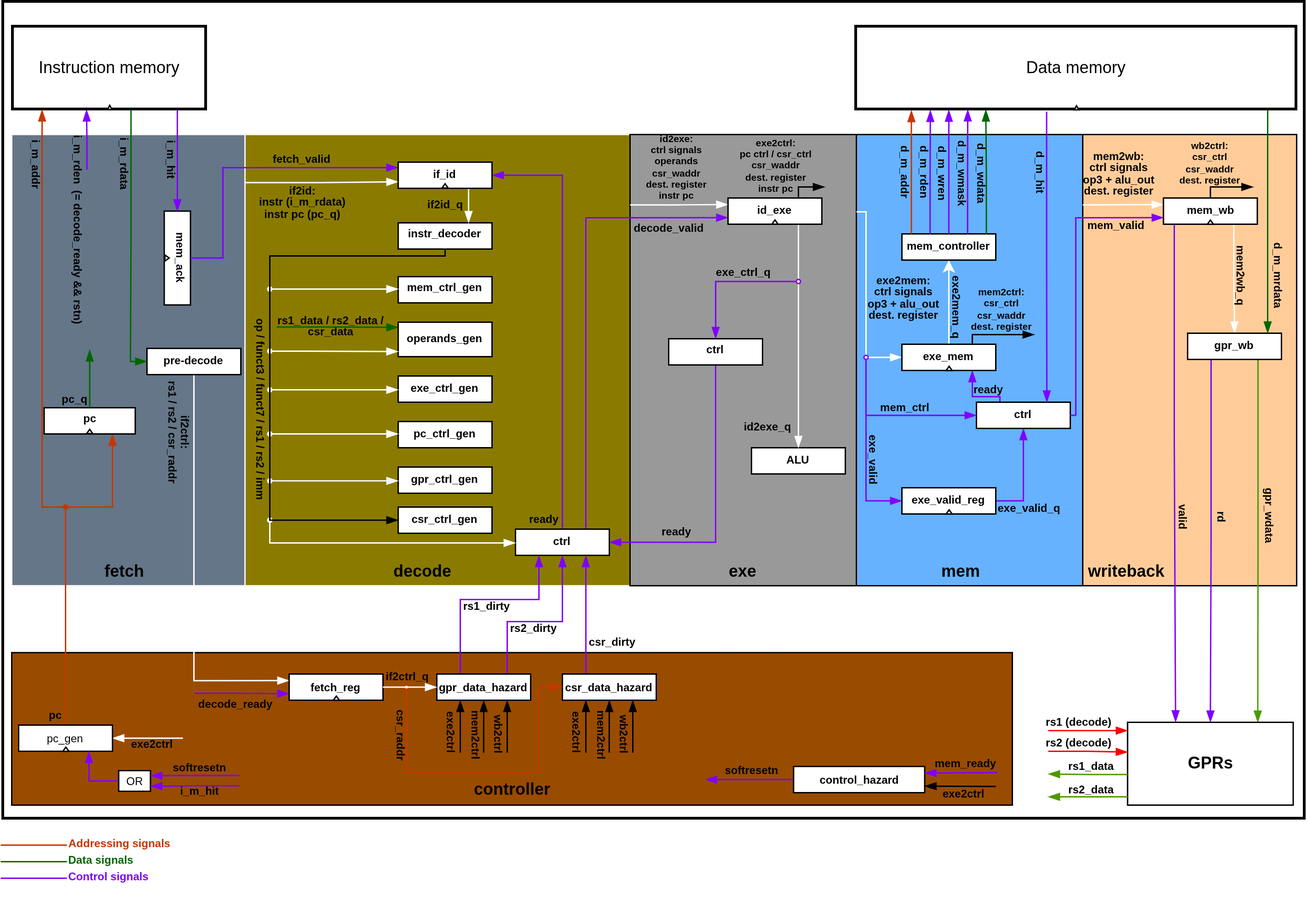
Before: img/SCHOLAR_RISC-V_architecture.png, a diagram exported from draw.io (Kawanami-git/SCHOLAR_RISC-V). Source tidied: cells renumbered, new cells last; positions are measured from the earlier drawing's top-left corner, leaving out a move shared by most shapes.
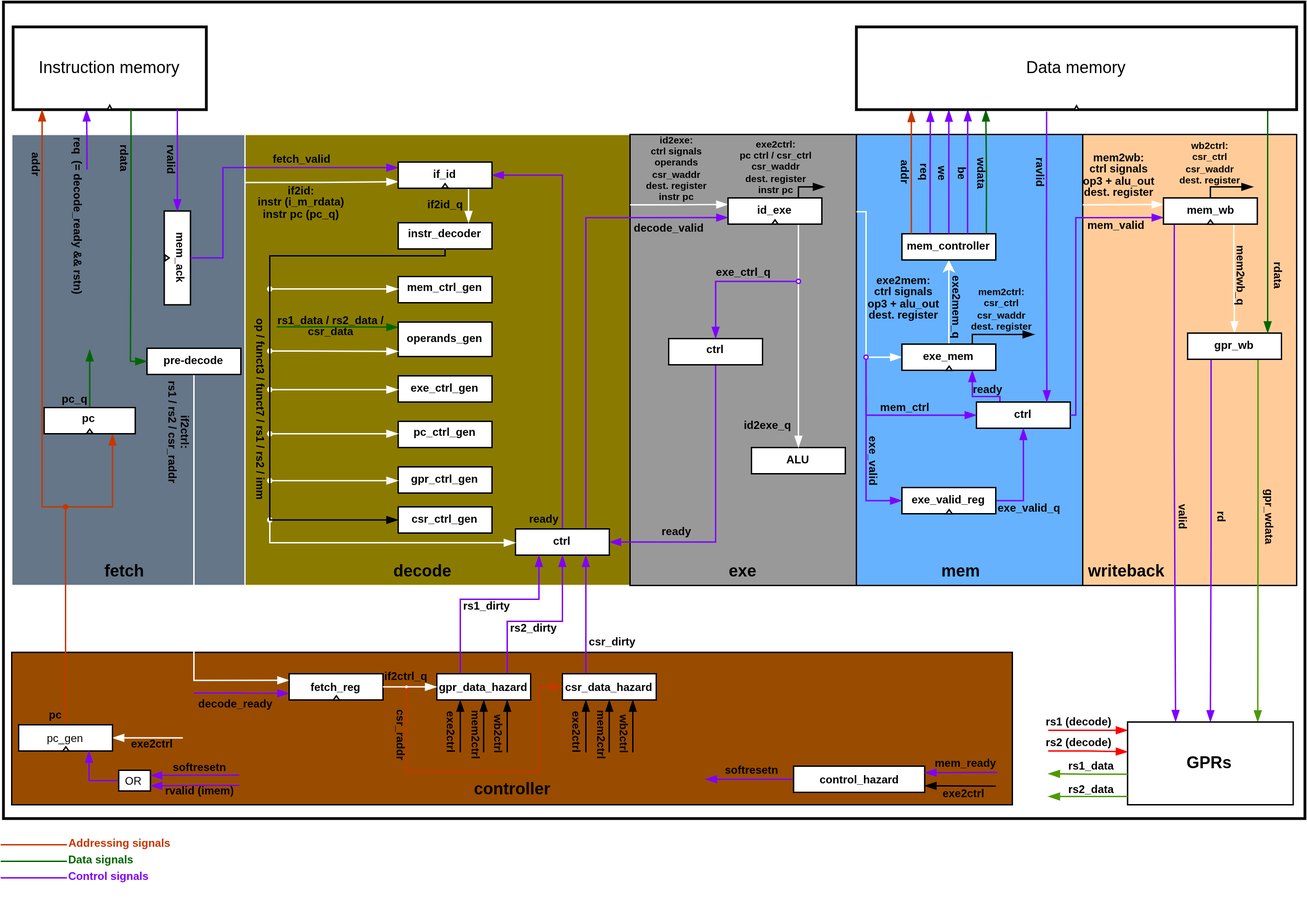
After the change.

What changed in the source:
```diff
@@ -125,7 +125,7 @@
         </Array>
       </mxGeometry>
     </mxCell>
-    <mxCell id="35" value="&lt;span style=&quot;font-size: 8px;&quot;&gt;&lt;b&gt;d_m_mrdata&lt;/b&gt;&lt;/span&gt;" style="text;html=1;align=center;verticalAlign=middle;whiteSpace=wrap;rounded=0;rotation=90;spacingBottom=5;" parent="1" vertex="1">
+    <mxCell id="35" value="&lt;span style=&quot;font-size: 8px;&quot;&gt;&lt;b&gt;rdata&lt;/b&gt;&lt;/span&gt;" style="text;html=1;align=center;verticalAlign=middle;whiteSpace=wrap;rounded=0;rotation=90;spacingBottom=5;" parent="1" vertex="1">
       <mxGeometry x="912" y="193" width="55" height="10" as="geometry" />
     </mxCell>
     <mxCell id="36" value="&lt;span style=&quot;font-size: 8px;&quot;&gt;&lt;b&gt;mem2wb_q&lt;/b&gt;&lt;/span&gt;" style="text;html=1;align=center;verticalAlign=middle;whiteSpace=wrap;rounded=0;rotation=90;spacingBottom=5;" parent="1" vertex="1">
@@ -396,22 +396,22 @@
     <mxCell id="91" style="edgeStyle=orthogonalEdgeStyle;rounded=0;jettySize=auto;html=1;exitX=0.9;exitY=0;exitDx=0;exitDy=0;exitPerimeter=0;entryX=0.294;entryY=1.001;entryDx=0;entryDy=0;entryPerimeter=0;endArrow=blockThin;endFill=1;strokeColor=#006600;" parent="1" edge="1" source="46" target="135">
       <mxGeometry relative="1" as="geometry" />
     </mxCell>
-    <mxCell id="92" value="&lt;span style=&quot;font-size: 8px;&quot;&gt;&lt;b&gt;d_m_addr&lt;/b&gt;&lt;/span&gt;" style="text;html=1;align=center;verticalAlign=middle;whiteSpace=wrap;rounded=0;rotation=90;spacingBottom=5;" parent="1" vertex="1">
+    <mxCell id="92" value="&lt;span style=&quot;font-size: 8px;&quot;&gt;&lt;b&gt;addr&lt;/b&gt;&lt;/span&gt;" style="text;html=1;align=center;verticalAlign=middle;whiteSpace=wrap;rounded=0;rotation=90;spacingBottom=5;" parent="1" vertex="1">
       <mxGeometry x="648" y="118" width="42" height="10" as="geometry" />
     </mxCell>
-    <mxCell id="93" value="&lt;span style=&quot;font-size: 8px;&quot;&gt;&lt;b&gt;d_m_rden&lt;/b&gt;&lt;/span&gt;" style="text;html=1;align=center;verticalAlign=middle;whiteSpace=wrap;rounded=0;rotation=90;spacingBottom=5;" parent="1" vertex="1">
+    <mxCell id="93" value="&lt;span style=&quot;font-size: 8px;&quot;&gt;&lt;b&gt;req&lt;/b&gt;&lt;/span&gt;" style="text;html=1;align=center;verticalAlign=middle;whiteSpace=wrap;rounded=0;rotation=90;spacingBottom=5;" parent="1" vertex="1">
       <mxGeometry x="662" y="118" width="42" height="10" as="geometry" />
     </mxCell>
-    <mxCell id="94" value="&lt;span style=&quot;font-size: 8px;&quot;&gt;&lt;b&gt;d_m_wren&lt;/b&gt;&lt;/span&gt;" style="text;html=1;align=center;verticalAlign=middle;whiteSpace=wrap;rounded=0;rotation=90;spacingBottom=5;" parent="1" vertex="1">
+    <mxCell id="94" value="&lt;span style=&quot;font-size: 8px;&quot;&gt;&lt;b&gt;we&lt;/b&gt;&lt;/span&gt;" style="text;html=1;align=center;verticalAlign=middle;whiteSpace=wrap;rounded=0;rotation=90;spacingBottom=5;" parent="1" vertex="1">
       <mxGeometry x="675" y="119" width="42" height="10" as="geometry" />
     </mxCell>
-    <mxCell id="95" value="&lt;span style=&quot;font-size: 8px;&quot;&gt;&lt;b&gt;d_m_wmask&lt;/b&gt;&lt;/span&gt;" style="text;html=1;align=center;verticalAlign=middle;whiteSpace=wrap;rounded=0;rotation=90;spacingBottom=5;" parent="1" vertex="1">
+    <mxCell id="95" value="&lt;span style=&quot;font-size: 8px;&quot;&gt;&lt;b&gt;be&lt;/b&gt;&lt;/span&gt;" style="text;html=1;align=center;verticalAlign=middle;whiteSpace=wrap;rounded=0;rotation=90;spacingBottom=5;" parent="1" vertex="1">
       <mxGeometry x="685" y="119" width="51" height="10" as="geometry" />
     </mxCell>
-    <mxCell id="96" value="&lt;span style=&quot;font-size: 8px;&quot;&gt;&lt;b&gt;d_m_wdata&lt;/b&gt;&lt;/span&gt;" style="text;html=1;align=center;verticalAlign=middle;whiteSpace=wrap;rounded=0;rotation=90;spacingBottom=5;" parent="1" vertex="1">
+    <mxCell id="96" value="&lt;span style=&quot;font-size: 8px;&quot;&gt;&lt;b&gt;wdata&lt;/b&gt;&lt;/span&gt;" style="text;html=1;align=center;verticalAlign=middle;whiteSpace=wrap;rounded=0;rotation=90;spacingBottom=5;" parent="1" vertex="1">
       <mxGeometry x="699" y="119" width="51" height="10" as="geometry" />
     </mxCell>
-    <mxCell id="97" value="&lt;span style=&quot;font-size: 8px;&quot;&gt;&lt;b&gt;d_m_hit&lt;/b&gt;&lt;/span&gt;" style="text;html=1;align=center;verticalAlign=middle;whiteSpace=wrap;rounded=0;rotation=90;spacingBottom=5;" parent="1" vertex="1">
+    <mxCell id="97" value="&lt;span style=&quot;font-size: 8px;&quot;&gt;&lt;b&gt;ravlid&lt;/b&gt;&lt;/span&gt;" style="text;html=1;align=center;verticalAlign=middle;whiteSpace=wrap;rounded=0;rotation=90;spacingBottom=5;" parent="1" vertex="1">
       <mxGeometry x="745" y="118" width="44.5" height="10" as="geometry" />
     </mxCell>
     <mxCell id="98" value="&lt;span style=&quot;font-size: 8px;&quot;&gt;&lt;b&gt;ready&lt;/b&gt;&lt;/span&gt;" style="text;html=1;align=center;verticalAlign=middle;whiteSpace=wrap;rounded=0;rotation=0;spacingBottom=5;" parent="1" vertex="1">
@@ -432,17 +432,17 @@
     <mxCell id="103" value="&lt;div style=&quot;line-height: 60%;&quot;&gt;&lt;br&gt;&lt;/div&gt;" style="text;html=1;align=center;verticalAlign=middle;whiteSpace=wrap;rounded=0;rotation=90;spacingBottom=2;" parent="1" vertex="1">
       <mxGeometry x="41" y="190" width="59.5" height="13" as="geometry" />
     </mxCell>
-    <mxCell id="104" value="&lt;span style=&quot;font-size: 8px;&quot;&gt;&lt;b&gt;i_m_rden&amp;nbsp; (=&amp;nbsp;&lt;/b&gt;&lt;/span&gt;&lt;b style=&quot;font-size: 8px;&quot;&gt;decode_ready &amp;amp;&amp;amp; rstn)&lt;/b&gt;" style="text;html=1;align=center;verticalAlign=middle;whiteSpace=wrap;rounded=0;rotation=90;spacingBottom=5;" parent="1" vertex="1">
-      <mxGeometry x="-0.1" y="160.9" width="140.2" height="10" as="geometry" />
+    <mxCell id="104" value="&lt;span style=&quot;font-size: 8px;&quot;&gt;&lt;b&gt;req&amp;nbsp; (=&amp;nbsp;&lt;/b&gt;&lt;/span&gt;&lt;b style=&quot;font-size: 8px;&quot;&gt;decode_ready &amp;amp;&amp;amp; rstn)&lt;/b&gt;" style="text;html=1;align=center;verticalAlign=middle;whiteSpace=wrap;rounded=0;rotation=90;spacingBottom=5;" parent="1" vertex="1">
+      <mxGeometry x="-0.1" y="150.9" width="140.2" height="10" as="geometry" />
     </mxCell>
-    <mxCell id="105" value="&lt;span style=&quot;font-size: 8px;&quot;&gt;&lt;b&gt;i_m_addr&lt;/b&gt;&lt;/span&gt;" style="text;html=1;align=center;verticalAlign=middle;whiteSpace=wrap;rounded=0;rotation=90;spacingBottom=5;" parent="1" vertex="1">
+    <mxCell id="105" value="&lt;span style=&quot;font-size: 8px;&quot;&gt;&lt;b&gt;addr&lt;/b&gt;&lt;/span&gt;" style="text;html=1;align=center;verticalAlign=middle;whiteSpace=wrap;rounded=0;rotation=90;spacingBottom=5;" parent="1" vertex="1">
       <mxGeometry x="18.5" y="113" width="42" height="10" as="geometry" />
     </mxCell>
-    <mxCell id="106" value="&lt;span style=&quot;font-size: 8px;&quot;&gt;&lt;b&gt;i_m_hit&lt;/b&gt;&lt;/span&gt;" style="text;html=1;align=center;verticalAlign=middle;whiteSpace=wrap;rounded=0;rotation=90;spacingBottom=5;" parent="1" vertex="1">
+    <mxCell id="106" value="&lt;span style=&quot;font-size: 8px;&quot;&gt;&lt;b&gt;rvalid&lt;/b&gt;&lt;/span&gt;" style="text;html=1;align=center;verticalAlign=middle;whiteSpace=wrap;rounded=0;rotation=90;spacingBottom=5;" parent="1" vertex="1">
       <mxGeometry x="120" y="109" width="35" height="10" as="geometry" />
     </mxCell>
-    <mxCell id="107" value="&lt;span style=&quot;font-size: 8px;&quot;&gt;&lt;b&gt;i_m_rdata&lt;/b&gt;&lt;/span&gt;" style="text;html=1;align=center;verticalAlign=middle;whiteSpace=wrap;rounded=0;rotation=90;spacingBottom=5;" parent="1" vertex="1">
-      <mxGeometry x="86" y="113" width="35" height="10" as="geometry" />
+    <mxCell id="107" value="&lt;span style=&quot;font-size: 8px;&quot;&gt;&lt;b&gt;rdata&lt;/b&gt;&lt;/span&gt;" style="text;html=1;align=center;verticalAlign=middle;whiteSpace=wrap;rounded=0;rotation=90;spacingBottom=5;" parent="1" vertex="1">
+      <mxGeometry x="86" y="108" width="35" height="10" as="geometry" />
     </mxCell>
     <mxCell id="108" value="&lt;div style=&quot;line-height: 60%;&quot;&gt;&lt;span style=&quot;font-size: 8px;&quot;&gt;&lt;b&gt;rs1_dirty&lt;/b&gt;&lt;/span&gt;&lt;/div&gt;" style="text;html=1;align=center;verticalAlign=middle;whiteSpace=wrap;rounded=0;rotation=0;spacingBottom=2;" parent="1" vertex="1">
       <mxGeometry x="348" y="432" width="39" height="13" as="geometry" />
@@ -721,8 +721,8 @@
     <mxCell id="185" value="&lt;div style=&quot;line-height: 60%;&quot;&gt;&lt;span style=&quot;font-size: 8px;&quot;&gt;&lt;b&gt;softresetn&lt;/b&gt;&lt;/span&gt;&lt;/div&gt;" style="text;html=1;align=center;verticalAlign=middle;whiteSpace=wrap;rounded=0;rotation=0;spacingBottom=2;" parent="1" vertex="1">
       <mxGeometry x="139" y="551" width="41" height="9" as="geometry" />
     </mxCell>
-    <mxCell id="186" value="&lt;div style=&quot;line-height: 60%;&quot;&gt;&lt;span style=&quot;font-size: 8px;&quot;&gt;&lt;b&gt;i_m_hit&lt;/b&gt;&lt;/span&gt;&lt;/div&gt;" style="text;html=1;align=center;verticalAlign=middle;whiteSpace=wrap;rounded=0;rotation=0;spacingBottom=2;" parent="1" vertex="1">
-      <mxGeometry x="139" y="568" width="41" height="9" as="geometry" />
+    <mxCell id="186" value="&lt;div style=&quot;line-height: 60%;&quot;&gt;&lt;span style=&quot;font-size: 8px;&quot;&gt;&lt;b&gt;rvalid (imem)&lt;/b&gt;&lt;/span&gt;&lt;/div&gt;" style="text;html=1;align=center;verticalAlign=middle;whiteSpace=wrap;rounded=0;rotation=0;spacingBottom=2;" parent="1" vertex="1">
+      <mxGeometry x="133.4" y="568" width="53" height="9" as="geometry" />
     </mxCell>
     <mxCell id="187" style="edgeStyle=orthogonalEdgeStyle;rounded=0;jettySize=auto;html=1;exitX=1;exitY=0.5;exitDx=0;exitDy=0;entryX=1;entryY=0.25;entryDx=0;entryDy=0;endArrow=blockThin;endFill=1;strokeColor=#7F00FF;" parent="1" edge="1" target="113">
       <mxGeometry relative="1" as="geometry">
```
